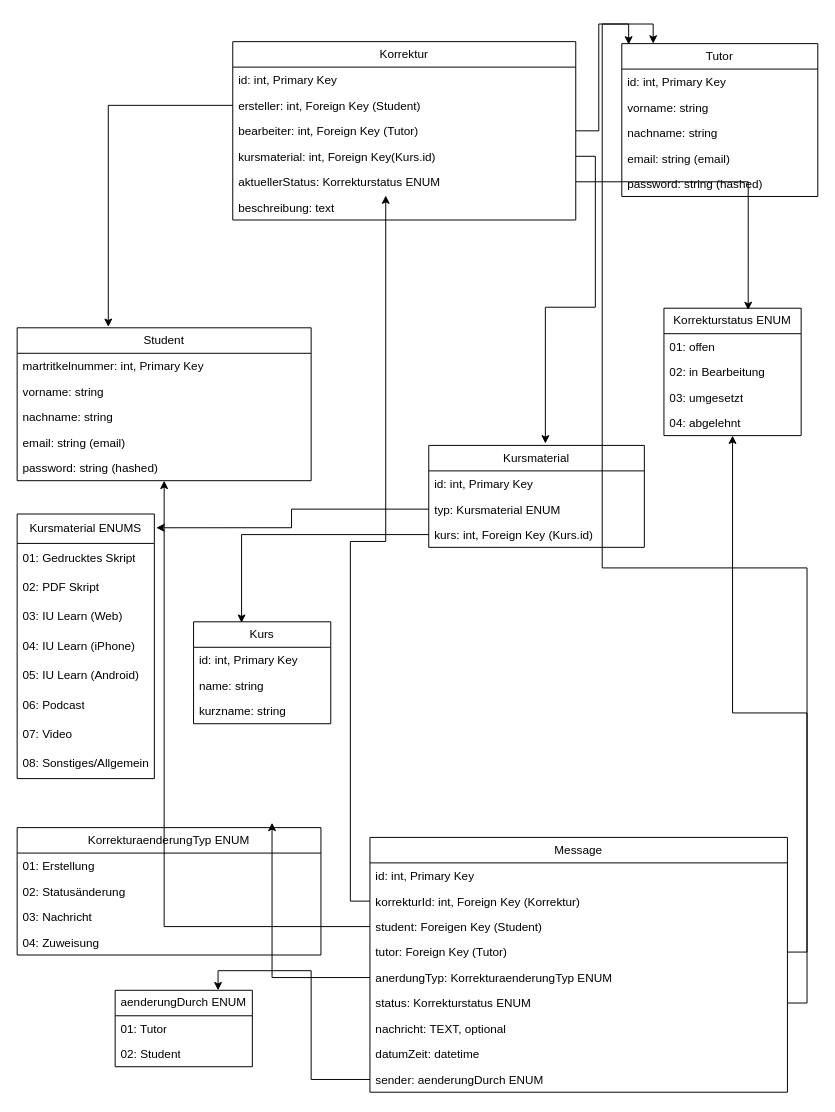
The draw.io diagram Modell.drawio in markus-zschoch-iubh/projekt-software-engineering, before the edit. Source tidied: cells renumbered, new cells numbered last; positions are measured from the earlier drawing's top-left corner, leaving out a move shared by most shapes. Both pictures are drawn from the tidied source at 98%, with x=0, y=0 at pixel (17, 41).
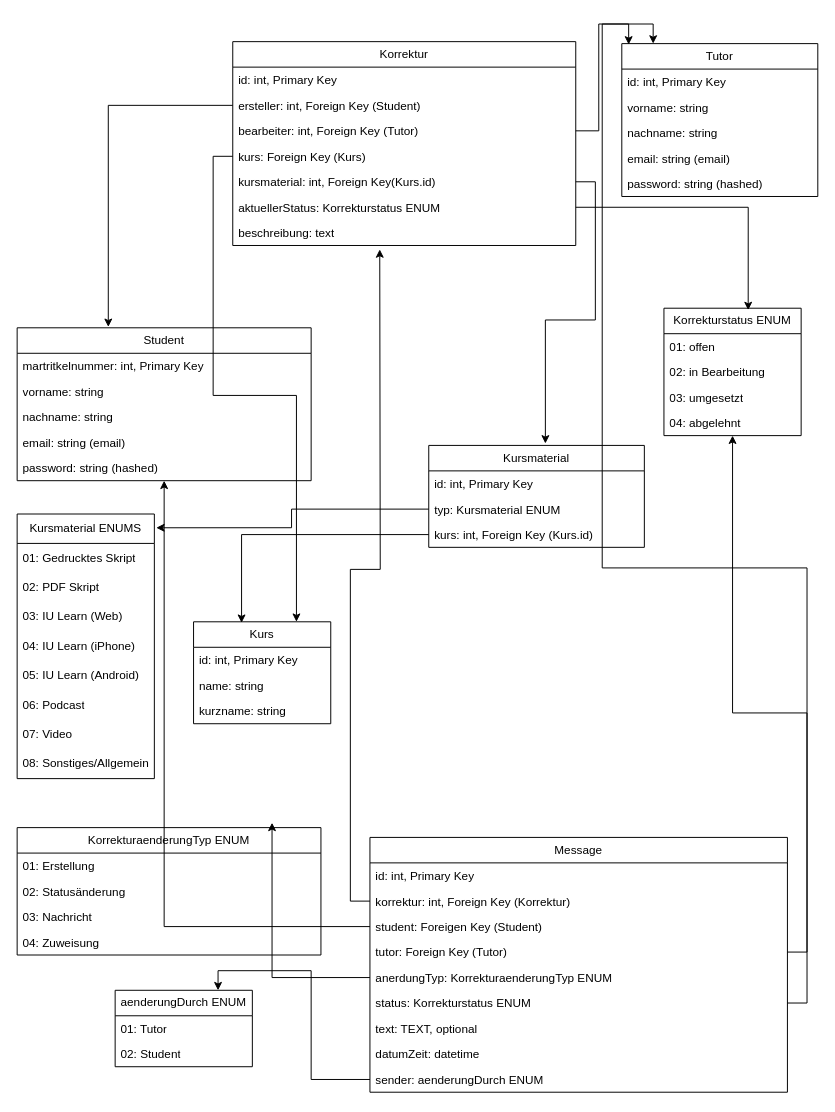
After the change.

The change refers to these unchanged cells:
```xml
<mxCell id="34" value="Kurs" style="swimlane;fontStyle=0;horizontal=1;startSize=26;fillColor=none;whiteSpace=wrap;html=1;" parent="1" vertex="1">
  <mxGeometry x="180" y="592" width="140" height="104" as="geometry" />
</mxCell>
<mxCell id="50" value="Message" style="swimlane;fontStyle=0;horizontal=1;startSize=26;fillColor=none;whiteSpace=wrap;html=1;" parent="1" vertex="1">
  <mxGeometry x="360" y="812" width="426" height="260" as="geometry" />
</mxCell>
```

Change to the diagram source:
```diff
@@
     <mxCell id="8" value="Korrektur" style="swimlane;fontStyle=0;horizontal=1;startSize=26;fillColor=none;whiteSpace=wrap;html=1;" parent="1" vertex="1">
-      <mxGeometry x="220" width="350" height="182" as="geometry" />
+      <mxGeometry x="220" width="350" height="208" as="geometry" />
     </mxCell>
@@
+    <mxCell id="73" value="kurs: Foreign Key (Kurs)" style="text;strokeColor=none;fillColor=none;align=left;verticalAlign=top;spacingLeft=4;spacingRight=4;overflow=hidden;points=[[0,0.5],[1,0.5]];portConstraint=eastwest;whiteSpace=wrap;html=1;" parent="8" vertex="1">
+      <mxGeometry y="104" width="350" height="26" as="geometry" />
+    </mxCell>
     <mxCell id="12" value="kursmaterial: int, Foreign Key(Kurs.id)" style="text;strokeColor=none;fillColor=none;align=left;verticalAlign=top;spacingLeft=4;spacingRight=4;overflow=hidden;points=[[0,0.5],[1,0.5]];portConstraint=eastwest;whiteSpace=wrap;html=1;" parent="8" vertex="1">
-      <mxGeometry y="104" width="350" height="26" as="geometry" />
+      <mxGeometry y="130" width="350" height="26" as="geometry" />
     </mxCell>
     <mxCell id="13" value="aktuellerStatus: Korrekturstatus ENUM" style="text;strokeColor=none;fillColor=none;align=left;verticalAlign=top;spacingLeft=4;spacingRight=4;overflow=hidden;points=[[0,0.5],[1,0.5]];portConstraint=eastwest;whiteSpace=wrap;html=1;" parent="8" vertex="1">
-      <mxGeometry y="130" width="350" height="26" as="geometry" />
+      <mxGeometry y="156" width="350" height="26" as="geometry" />
     </mxCell>
     <mxCell id="14" value="beschreibung: text" style="text;strokeColor=none;fillColor=none;align=left;verticalAlign=top;spacingLeft=4;spacingRight=4;overflow=hidden;whiteSpace=wrap;html=1;" parent="8" vertex="1">
-      <mxGeometry y="156" width="350" height="26" as="geometry" />
+      <mxGeometry y="182" width="350" height="26" as="geometry" />
     </mxCell>
@@
-    <mxCell id="52" value="korrekturId: int, Foreign Key (Korrektur)" style="text;strokeColor=none;fillColor=none;align=left;verticalAlign=top;spacingLeft=4;spacingRight=4;overflow=hidden;points=[[0,0.5],[1,0.5]];portConstraint=eastwest;whiteSpace=wrap;html=1;" parent="50" vertex="1">
+    <mxCell id="52" value="korrektur: int, Foreign Key (Korrektur)" style="text;strokeColor=none;fillColor=none;align=left;verticalAlign=top;spacingLeft=4;spacingRight=4;overflow=hidden;points=[[0,0.5],[1,0.5]];portConstraint=eastwest;whiteSpace=wrap;html=1;" parent="50" vertex="1">
       <mxGeometry y="52" width="426" height="26" as="geometry" />
     </mxCell>
@@
-    <mxCell id="57" value="nachricht: TEXT, optional" style="text;strokeColor=none;fillColor=none;align=left;verticalAlign=top;spacingLeft=4;spacingRight=4;overflow=hidden;whiteSpace=wrap;html=1;" parent="50" vertex="1">
+    <mxCell id="57" value="text: TEXT, optional" style="text;strokeColor=none;fillColor=none;align=left;verticalAlign=top;spacingLeft=4;spacingRight=4;overflow=hidden;whiteSpace=wrap;html=1;" parent="50" vertex="1">
       <mxGeometry y="182" width="426" height="26" as="geometry" />
     </mxCell>
@@
-    <mxCell id="69" style="edgeStyle=orthogonalEdgeStyle;rounded=0;jettySize=auto;html=1;entryX=0.446;entryY=1.038;entryDx=0;entryDy=0;entryPerimeter=0;" parent="1" edge="1" source="52" target="13">
-      <mxGeometry relative="1" as="geometry" />
+    <mxCell id="69" style="edgeStyle=orthogonalEdgeStyle;rounded=0;jettySize=auto;html=1;" parent="1" edge="1" source="52">
+      <mxGeometry relative="1" as="geometry">
+        <mxPoint x="370" y="212" as="targetPoint" />
+      </mxGeometry>
     </mxCell>
@@
+    <mxCell id="74" style="edgeStyle=orthogonalEdgeStyle;rounded=0;jettySize=auto;html=1;entryX=0.75;entryY=0;entryDx=0;entryDy=0;" parent="1" edge="1" source="73" target="34">
+      <mxGeometry relative="1" as="geometry" />
+    </mxCell>
```
